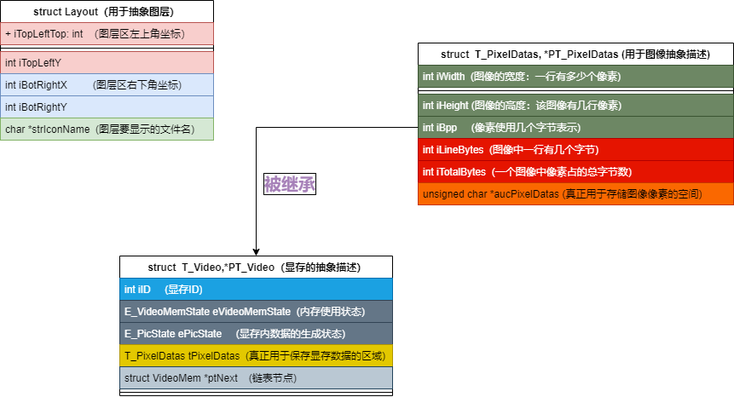
This is 未命名绘图.drawio.png from ee223/imx6ull_project, a draw.io export, as it was before one commit. Source tidied: cells renumbered, new cells last; positions are measured from the earlier drawing's top-left corner, leaving out a move shared by most shapes.
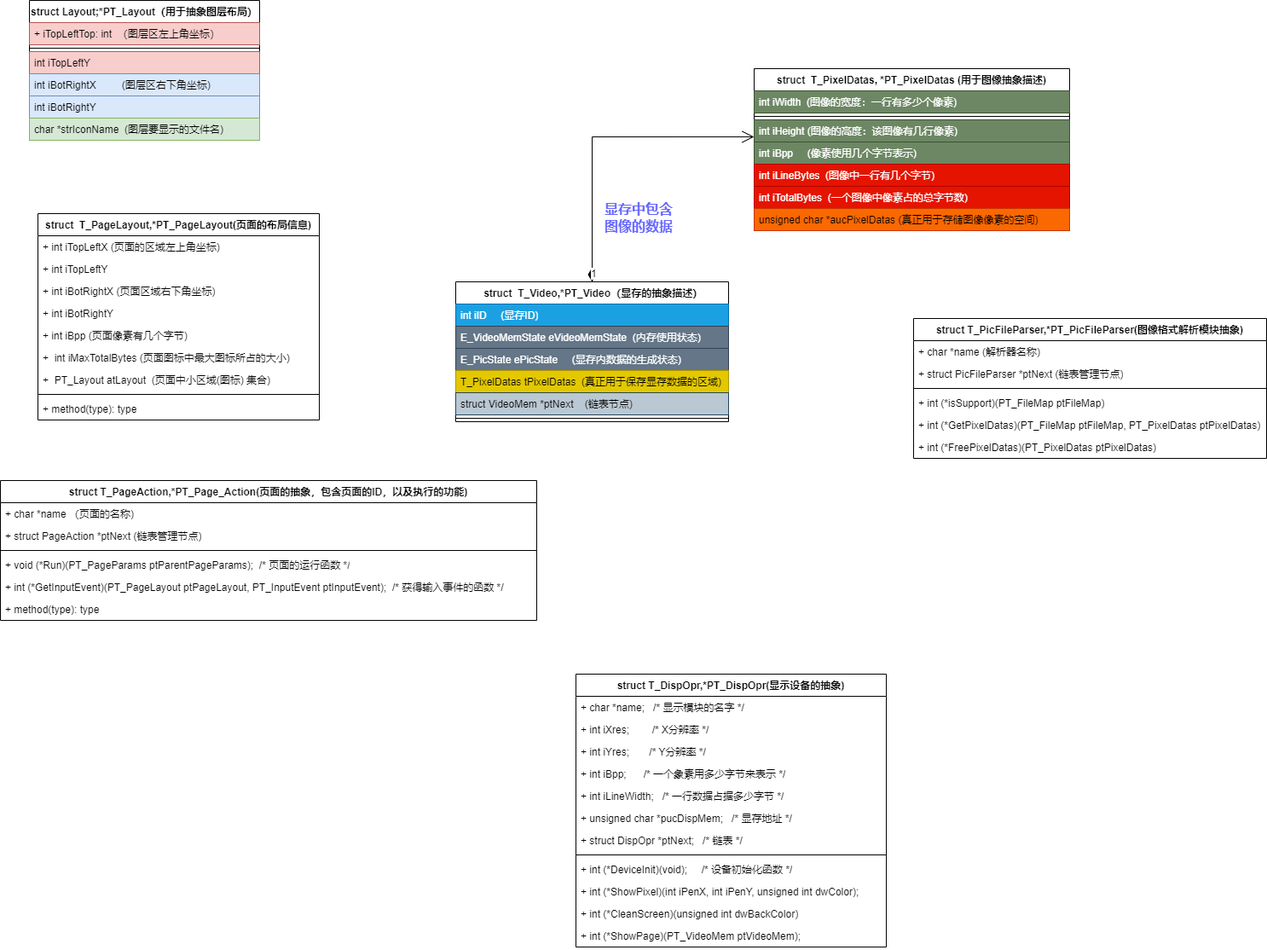
The same file after the commit.

Commit message:
更新未命名绘图.drawio.png

Change to the diagram source:
```diff
@@ -2,26 +2,26 @@
   <root>
     <mxCell id="0" />
     <mxCell id="1" parent="0" />
-    <mxCell id="2" value="struct Layout（用于抽象图层）" style="swimlane;fontStyle=1;align=center;verticalAlign=top;horizontal=1;startSize=26;whiteSpace=wrap;html=1;" parent="1" vertex="1">
-      <mxGeometry width="250" height="164" as="geometry" />
+    <mxCell id="2" value="struct Layout;*PT_Layout（用于抽象图层布局）" style="swimlane;fontStyle=1;align=center;verticalAlign=top;horizontal=1;startSize=26;whiteSpace=wrap;html=1;" parent="1" vertex="1">
+      <mxGeometry x="-360" y="-30" width="270" height="164" as="geometry" />
     </mxCell>
     <mxCell id="3" value="+ iTopLeftTop: int&amp;nbsp; （图层区左上角坐标）" style="text;strokeColor=#b85450;fillColor=#f8cecc;align=left;verticalAlign=top;spacingLeft=4;spacingRight=4;overflow=hidden;whiteSpace=wrap;html=1;" parent="2" vertex="1">
-      <mxGeometry y="26" width="250" height="26" as="geometry" />
+      <mxGeometry y="26" width="270" height="26" as="geometry" />
     </mxCell>
     <mxCell id="4" style="line;strokeWidth=1;fillColor=none;align=left;verticalAlign=middle;spacingTop=-1;spacingLeft=3;spacingRight=3;labelPosition=right;strokeColor=inherit;" parent="2" vertex="1">
-      <mxGeometry y="52" width="250" height="8" as="geometry" />
+      <mxGeometry y="52" width="270" height="8" as="geometry" />
     </mxCell>
     <mxCell id="5" value="int iTopLeftY" style="text;strokeColor=#b85450;fillColor=#f8cecc;align=left;verticalAlign=top;spacingLeft=4;spacingRight=4;overflow=hidden;whiteSpace=wrap;html=1;" parent="2" vertex="1">
-      <mxGeometry y="60" width="250" height="26" as="geometry" />
+      <mxGeometry y="60" width="270" height="26" as="geometry" />
     </mxCell>
     <mxCell id="6" value="int iBotRightX&amp;nbsp; &amp;nbsp; &amp;nbsp; &amp;nbsp; &amp;nbsp;(图层区右下角坐标)" style="text;strokeColor=#6c8ebf;fillColor=#dae8fc;align=left;verticalAlign=top;spacingLeft=4;spacingRight=4;overflow=hidden;whiteSpace=wrap;html=1;" parent="2" vertex="1">
-      <mxGeometry y="86" width="250" height="26" as="geometry" />
+      <mxGeometry y="86" width="270" height="26" as="geometry" />
     </mxCell>
     <mxCell id="7" value="int iBotRightY" style="text;strokeColor=#6c8ebf;fillColor=#dae8fc;align=left;verticalAlign=top;spacingLeft=4;spacingRight=4;overflow=hidden;whiteSpace=wrap;html=1;" parent="2" vertex="1">
-      <mxGeometry y="112" width="250" height="26" as="geometry" />
+      <mxGeometry y="112" width="270" height="26" as="geometry" />
     </mxCell>
     <mxCell id="8" value="char *strIconName&amp;nbsp; (图层要显示的文件名)" style="text;strokeColor=#82b366;fillColor=#d5e8d4;align=left;verticalAlign=top;spacingLeft=4;spacingRight=4;overflow=hidden;whiteSpace=wrap;html=1;" parent="2" vertex="1">
-      <mxGeometry y="138" width="250" height="26" as="geometry" />
+      <mxGeometry y="138" width="270" height="26" as="geometry" />
     </mxCell>
     <mxCell id="9" value="&amp;nbsp;struct&amp;nbsp; T_Video,*PT_Video（显存的抽象描述）" style="swimlane;fontStyle=1;align=center;verticalAlign=top;horizontal=1;startSize=26;whiteSpace=wrap;html=1;" parent="1" vertex="1">
       <mxGeometry x="140" y="300" width="320" height="164" as="geometry" />
@@ -68,11 +68,126 @@
     <mxCell id="23" value="unsigned char *aucPixelDatas (真正用于存储图像像素的空间)" style="text;strokeColor=#C73500;fillColor=#fa6800;align=left;verticalAlign=top;spacingLeft=4;spacingRight=4;overflow=hidden;whiteSpace=wrap;html=1;fontColor=#000000;" parent="16" vertex="1">
       <mxGeometry y="164" width="370" height="26" as="geometry" />
     </mxCell>
-    <mxCell id="24" style="edgeStyle=orthogonalEdgeStyle;rounded=0;jettySize=auto;html=1;entryX=0.5;entryY=0;entryDx=0;entryDy=0;" parent="1" edge="1" source="20" target="9">
-      <mxGeometry relative="1" as="geometry" />
-    </mxCell>
-    <mxCell id="25" value="被继承" style="text;strokeColor=none;align=center;fillColor=none;html=1;verticalAlign=middle;whiteSpace=wrap;rounded=0;fontStyle=1;fontColor=#A680B8;labelBorderColor=default;fontSize=20;" parent="1" vertex="1">
-      <mxGeometry x="300" y="200" width="80" height="30" as="geometry" />
-    </mxCell>
+    <mxCell id="26" value="1" style="endArrow=open;html=1;endSize=12;startArrow=diamondThin;startSize=14;startFill=1;edgeStyle=orthogonalEdgeStyle;align=left;verticalAlign=bottom;rounded=0;exitX=0.5;exitY=0;exitDx=0;exitDy=0;entryX=0;entryY=0.769;entryDx=0;entryDy=0;entryPerimeter=0;" parent="1" edge="1" source="9" target="19">
+      <mxGeometry x="-1" y="3" relative="1" as="geometry">
+        <Array as="points">
+          <mxPoint x="300" y="130" />
+        </Array>
+      </mxGeometry>
+    </mxCell>
+    <mxCell id="27" value="&lt;font color=&quot;#6666ff&quot; style=&quot;font-size: 16px;&quot;&gt;&lt;b&gt;显存中包含图像的数据&lt;/b&gt;&lt;/font&gt;" style="text;strokeColor=none;align=center;fillColor=none;html=1;verticalAlign=middle;whiteSpace=wrap;rounded=0;" parent="1" vertex="1">
+      <mxGeometry x="310" y="210" width="90" height="30" as="geometry" />
+    </mxCell>
+    <mxCell id="28" value="struct&amp;nbsp;&amp;nbsp;T_PageLayout,*PT_PageLayout(页面的布局信息)" style="swimlane;fontStyle=1;align=center;verticalAlign=top;horizontal=1;startSize=26;whiteSpace=wrap;html=1;" parent="1" vertex="1">
+      <mxGeometry x="-350" y="220" width="330" height="242" as="geometry" />
+    </mxCell>
+    <mxCell id="29" value="+&amp;nbsp;int iTopLeftX (页面的区域左上角坐标)" style="text;strokeColor=none;fillColor=none;align=left;verticalAlign=top;spacingLeft=4;spacingRight=4;overflow=hidden;whiteSpace=wrap;html=1;" parent="28" vertex="1">
+      <mxGeometry y="26" width="330" height="26" as="geometry" />
+    </mxCell>
+    <mxCell id="30" value="+&amp;nbsp;int iTopLeftY" style="text;strokeColor=none;fillColor=none;align=left;verticalAlign=top;spacingLeft=4;spacingRight=4;overflow=hidden;whiteSpace=wrap;html=1;" parent="28" vertex="1">
+      <mxGeometry y="52" width="330" height="26" as="geometry" />
+    </mxCell>
+    <mxCell id="31" value="+&amp;nbsp;int iBotRightX (页面区域右下角坐标)" style="text;strokeColor=none;fillColor=none;align=left;verticalAlign=top;spacingLeft=4;spacingRight=4;overflow=hidden;whiteSpace=wrap;html=1;" parent="28" vertex="1">
+      <mxGeometry y="78" width="330" height="26" as="geometry" />
+    </mxCell>
+    <mxCell id="32" value="+&amp;nbsp;int iBotRightY" style="text;strokeColor=none;fillColor=none;align=left;verticalAlign=top;spacingLeft=4;spacingRight=4;overflow=hidden;whiteSpace=wrap;html=1;" parent="28" vertex="1">
+      <mxGeometry y="104" width="330" height="26" as="geometry" />
+    </mxCell>
+    <mxCell id="33" value="+ int iBpp (页面像素有几个字节)&amp;nbsp; &amp;nbsp; &amp;nbsp;&amp;nbsp;" style="text;strokeColor=none;fillColor=none;align=left;verticalAlign=top;spacingLeft=4;spacingRight=4;overflow=hidden;whiteSpace=wrap;html=1;" parent="28" vertex="1">
+      <mxGeometry y="130" width="330" height="26" as="geometry" />
+    </mxCell>
+    <mxCell id="34" value="+&amp;nbsp;&amp;nbsp;int iMaxTotalBytes (页面图标中最大图标所占的大小)" style="text;strokeColor=none;fillColor=none;align=left;verticalAlign=top;spacingLeft=4;spacingRight=4;overflow=hidden;whiteSpace=wrap;html=1;" parent="28" vertex="1">
+      <mxGeometry y="156" width="330" height="26" as="geometry" />
+    </mxCell>
+    <mxCell id="35" value="+&amp;nbsp;&amp;nbsp;PT_Layout atLayout&amp;nbsp; (页面中小区域(图标) 集合)" style="text;strokeColor=none;fillColor=none;align=left;verticalAlign=top;spacingLeft=4;spacingRight=4;overflow=hidden;whiteSpace=wrap;html=1;" parent="28" vertex="1">
+      <mxGeometry y="182" width="330" height="26" as="geometry" />
+    </mxCell>
+    <mxCell id="36" style="line;strokeWidth=1;fillColor=none;align=left;verticalAlign=middle;spacingTop=-1;spacingLeft=3;spacingRight=3;labelPosition=right;strokeColor=inherit;" parent="28" vertex="1">
+      <mxGeometry y="208" width="330" height="8" as="geometry" />
+    </mxCell>
+    <mxCell id="37" value="+ method(type): type" style="text;strokeColor=none;fillColor=none;align=left;verticalAlign=top;spacingLeft=4;spacingRight=4;overflow=hidden;whiteSpace=wrap;html=1;" parent="28" vertex="1">
+      <mxGeometry y="216" width="330" height="26" as="geometry" />
+    </mxCell>
+    <mxCell id="38" value="struct T_PageAction,*PT_Page_Action(页面的抽象，包含页面的ID，以及执行的功能)" style="swimlane;fontStyle=1;align=center;verticalAlign=top;horizontal=1;startSize=26;whiteSpace=wrap;html=1;" parent="1" vertex="1">
+      <mxGeometry x="-394" y="533" width="629" height="164" as="geometry" />
+    </mxCell>
+    <mxCell id="39" value="+&amp;nbsp;char *name （页面的名称)" style="text;strokeColor=none;fillColor=none;align=left;verticalAlign=top;spacingLeft=4;spacingRight=4;overflow=hidden;whiteSpace=wrap;html=1;" parent="38" vertex="1">
+      <mxGeometry y="26" width="629" height="26" as="geometry" />
+    </mxCell>
+    <mxCell id="40" value="+&amp;nbsp;struct PageAction *ptNext (链表管理节点)" style="text;strokeColor=none;fillColor=none;align=left;verticalAlign=top;spacingLeft=4;spacingRight=4;overflow=hidden;whiteSpace=wrap;html=1;" parent="38" vertex="1">
+      <mxGeometry y="52" width="629" height="26" as="geometry" />
+    </mxCell>
+    <mxCell id="41" style="line;strokeWidth=1;fillColor=none;align=left;verticalAlign=middle;spacingTop=-1;spacingLeft=3;spacingRight=3;labelPosition=right;strokeColor=inherit;" parent="38" vertex="1">
+      <mxGeometry y="78" width="629" height="8" as="geometry" />
+    </mxCell>
+    <mxCell id="42" value="+&amp;nbsp;void (*Run)(PT_PageParams ptParentPageParams);&amp;nbsp; /* 页面的运行函数 */" style="text;strokeColor=none;fillColor=none;align=left;verticalAlign=top;spacingLeft=4;spacingRight=4;overflow=hidden;whiteSpace=wrap;html=1;" parent="38" vertex="1">
+      <mxGeometry y="86" width="629" height="26" as="geometry" />
+    </mxCell>
+    <mxCell id="43" value="+&amp;nbsp;int (*GetInputEvent)(PT_PageLayout ptPageLayout, PT_InputEvent ptInputEvent);&amp;nbsp; /* 获得输入事件的函数 */" style="text;strokeColor=none;fillColor=none;align=left;verticalAlign=top;spacingLeft=4;spacingRight=4;overflow=hidden;whiteSpace=wrap;html=1;" parent="38" vertex="1">
+      <mxGeometry y="112" width="629" height="26" as="geometry" />
+    </mxCell>
+    <mxCell id="44" value="+ method(type): type" style="text;strokeColor=none;fillColor=none;align=left;verticalAlign=top;spacingLeft=4;spacingRight=4;overflow=hidden;whiteSpace=wrap;html=1;" parent="38" vertex="1">
+      <mxGeometry y="138" width="629" height="26" as="geometry" />
+    </mxCell>
+    <mxCell id="45" value="struct T_DispOpr,*PT_DispOpr(显示设备的抽象)" style="swimlane;fontStyle=1;align=center;verticalAlign=top;horizontal=1;startSize=26;whiteSpace=wrap;html=1;" parent="1" vertex="1">
+      <mxGeometry x="281" y="760" width="364" height="320" as="geometry" />
+    </mxCell>
+    <mxCell id="46" value="+&amp;nbsp;char *name;&amp;nbsp; &amp;nbsp;/* 显示模块的名字 */" style="text;strokeColor=none;fillColor=none;align=left;verticalAlign=top;spacingLeft=4;spacingRight=4;overflow=hidden;whiteSpace=wrap;html=1;" parent="45" vertex="1">
+      <mxGeometry y="26" width="364" height="26" as="geometry" />
+    </mxCell>
+    <mxCell id="47" value="+&amp;nbsp;int iXres;&amp;nbsp; &amp;nbsp; &amp;nbsp; &amp;nbsp; /* X分辨率 */" style="text;strokeColor=none;fillColor=none;align=left;verticalAlign=top;spacingLeft=4;spacingRight=4;overflow=hidden;whiteSpace=wrap;html=1;" parent="45" vertex="1">
+      <mxGeometry y="52" width="364" height="26" as="geometry" />
+    </mxCell>
+    <mxCell id="48" value="+&amp;nbsp;int iYres;&amp;nbsp; &amp;nbsp; &amp;nbsp; &amp;nbsp;/* Y分辨率 */" style="text;strokeColor=none;fillColor=none;align=left;verticalAlign=top;spacingLeft=4;spacingRight=4;overflow=hidden;whiteSpace=wrap;html=1;" parent="45" vertex="1">
+      <mxGeometry y="78" width="364" height="26" as="geometry" />
+    </mxCell>
+    <mxCell id="49" value="+&amp;nbsp;int iBpp;&amp;nbsp; &amp;nbsp; &amp;nbsp; /* 一个象素用多少字节来表示 */" style="text;strokeColor=none;fillColor=none;align=left;verticalAlign=top;spacingLeft=4;spacingRight=4;overflow=hidden;whiteSpace=wrap;html=1;" parent="45" vertex="1">
+      <mxGeometry y="104" width="364" height="26" as="geometry" />
+    </mxCell>
+    <mxCell id="50" value="+ int iLineWidth;&amp;nbsp; &amp;nbsp;/* 一行数据占据多少字节 */" style="text;strokeColor=none;fillColor=none;align=left;verticalAlign=top;spacingLeft=4;spacingRight=4;overflow=hidden;whiteSpace=wrap;html=1;" parent="45" vertex="1">
+      <mxGeometry y="130" width="364" height="26" as="geometry" />
+    </mxCell>
+    <mxCell id="51" value="+&amp;nbsp;unsigned char *pucDispMem;&amp;nbsp; &amp;nbsp;/* 显存地址 */" style="text;strokeColor=none;fillColor=none;align=left;verticalAlign=top;spacingLeft=4;spacingRight=4;overflow=hidden;whiteSpace=wrap;html=1;" parent="45" vertex="1">
+      <mxGeometry y="156" width="364" height="26" as="geometry" />
+    </mxCell>
+    <mxCell id="52" value="+&amp;nbsp;struct DispOpr *ptNext;&amp;nbsp; &amp;nbsp;/* 链表 */" style="text;strokeColor=none;fillColor=none;align=left;verticalAlign=top;spacingLeft=4;spacingRight=4;overflow=hidden;whiteSpace=wrap;html=1;" parent="45" vertex="1">
+      <mxGeometry y="182" width="364" height="26" as="geometry" />
+    </mxCell>
+    <mxCell id="53" style="line;strokeWidth=1;fillColor=none;align=left;verticalAlign=middle;spacingTop=-1;spacingLeft=3;spacingRight=3;labelPosition=right;strokeColor=inherit;" parent="45" vertex="1">
+      <mxGeometry y="208" width="364" height="8" as="geometry" />
+    </mxCell>
+    <mxCell id="54" value="+&amp;nbsp;int (*DeviceInit)(void);&amp;nbsp; &amp;nbsp; &amp;nbsp;/* 设备初始化函数 */" style="text;strokeColor=none;fillColor=none;align=left;verticalAlign=top;spacingLeft=4;spacingRight=4;overflow=hidden;whiteSpace=wrap;html=1;" parent="45" vertex="1">
+      <mxGeometry y="216" width="364" height="26" as="geometry" />
+    </mxCell>
+    <mxCell id="55" value="+&amp;nbsp;int (*ShowPixel)(int iPenX, int iPenY, unsigned int dwColor);" style="text;strokeColor=none;fillColor=none;align=left;verticalAlign=top;spacingLeft=4;spacingRight=4;overflow=hidden;whiteSpace=wrap;html=1;" parent="45" vertex="1">
+      <mxGeometry y="242" width="364" height="26" as="geometry" />
+    </mxCell>
+    <mxCell id="56" value="+&amp;nbsp;int (*CleanScreen)(unsigned int dwBackColor)" style="text;strokeColor=none;fillColor=none;align=left;verticalAlign=top;spacingLeft=4;spacingRight=4;overflow=hidden;whiteSpace=wrap;html=1;" parent="45" vertex="1">
+      <mxGeometry y="268" width="364" height="26" as="geometry" />
+    </mxCell>
+    <mxCell id="57" value="+&amp;nbsp;int (*ShowPage)(PT_VideoMem ptVideoMem);" style="text;strokeColor=none;fillColor=none;align=left;verticalAlign=top;spacingLeft=4;spacingRight=4;overflow=hidden;whiteSpace=wrap;html=1;" parent="45" vertex="1">
+      <mxGeometry y="294" width="364" height="26" as="geometry" />
+    </mxCell>
+    <mxCell id="58" value="struct&amp;nbsp;T_PicFileParser,*PT_PicFileParser(图像格式解析模块抽象)" style="swimlane;fontStyle=1;align=center;verticalAlign=top;horizontal=1;startSize=26;whiteSpace=wrap;html=1;" parent="1" vertex="1">
+      <mxGeometry x="677" y="343" width="414" height="164" as="geometry" />
+    </mxCell>
+    <mxCell id="59" value="+&amp;nbsp;char *name (解析器名称)" style="text;strokeColor=none;fillColor=none;align=left;verticalAlign=top;spacingLeft=4;spacingRight=4;overflow=hidden;whiteSpace=wrap;html=1;" parent="58" vertex="1">
+      <mxGeometry y="26" width="414" height="26" as="geometry" />
+    </mxCell>
+    <mxCell id="60" value="+ struct PicFileParser *ptNext (链表管理节点)" style="text;strokeColor=none;fillColor=none;align=left;verticalAlign=top;spacingLeft=4;spacingRight=4;overflow=hidden;whiteSpace=wrap;html=1;" parent="58" vertex="1">
+      <mxGeometry y="52" width="414" height="26" as="geometry" />
+    </mxCell>
+    <mxCell id="61" style="line;strokeWidth=1;fillColor=none;align=left;verticalAlign=middle;spacingTop=-1;spacingLeft=3;spacingRight=3;labelPosition=right;strokeColor=inherit;" parent="58" vertex="1">
+      <mxGeometry y="78" width="414" height="8" as="geometry" />
+    </mxCell>
+    <mxCell id="62" value="+&amp;nbsp;int (*isSupport)(PT_FileMap ptFileMap)" style="text;strokeColor=none;fillColor=none;align=left;verticalAlign=top;spacingLeft=4;spacingRight=4;overflow=hidden;whiteSpace=wrap;html=1;" parent="58" vertex="1">
+      <mxGeometry y="86" width="414" height="26" as="geometry" />
+    </mxCell>
+    <mxCell id="63" value="+&amp;nbsp;int (*GetPixelDatas)(PT_FileMap ptFileMap, PT_PixelDatas ptPixelDatas)" style="text;strokeColor=none;fillColor=none;align=left;verticalAlign=top;spacingLeft=4;spacingRight=4;overflow=hidden;whiteSpace=wrap;html=1;" parent="58" vertex="1">
+      <mxGeometry y="112" width="414" height="26" as="geometry" />
+    </mxCell>
+    <mxCell id="64" value="+&amp;nbsp;int (*FreePixelDatas)(PT_PixelDatas ptPixelDatas)" style="text;strokeColor=none;fillColor=none;align=left;verticalAlign=top;spacingLeft=4;spacingRight=4;overflow=hidden;whiteSpace=wrap;html=1;" parent="58" vertex="1">
+      <mxGeometry y="138" width="414" height="26" as="geometry" />
+    </mxCell>
   </root>
 </mxGraphModel>
```
